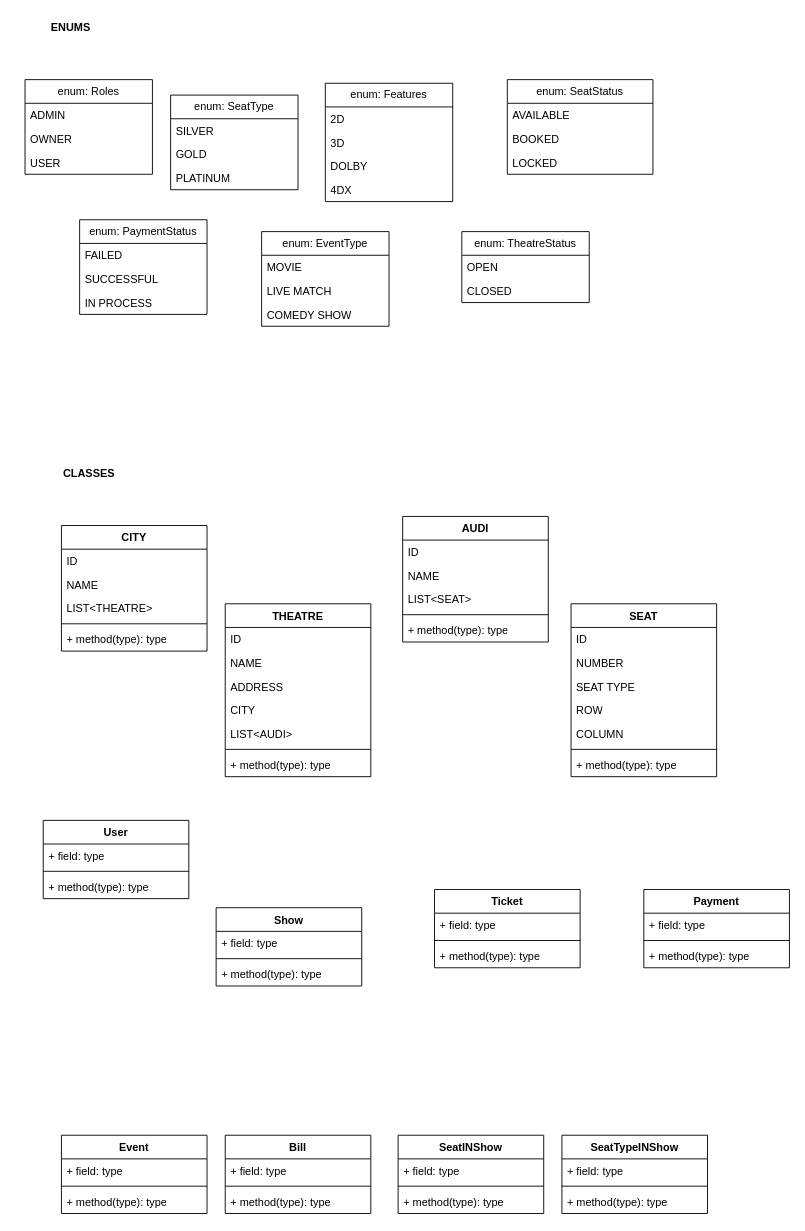
This is BookMySHow.drawio from surajnaik90/Architectures-Designs, a draw.io file, before an edit. Source tidied: cells renumbered, new cells numbered last; positions are measured from the earlier drawing's top-left corner, leaving out a move shared by most shapes. Both pictures are drawn from the tidied source at 91%, with x=0, y=0 at pixel (25, 15).
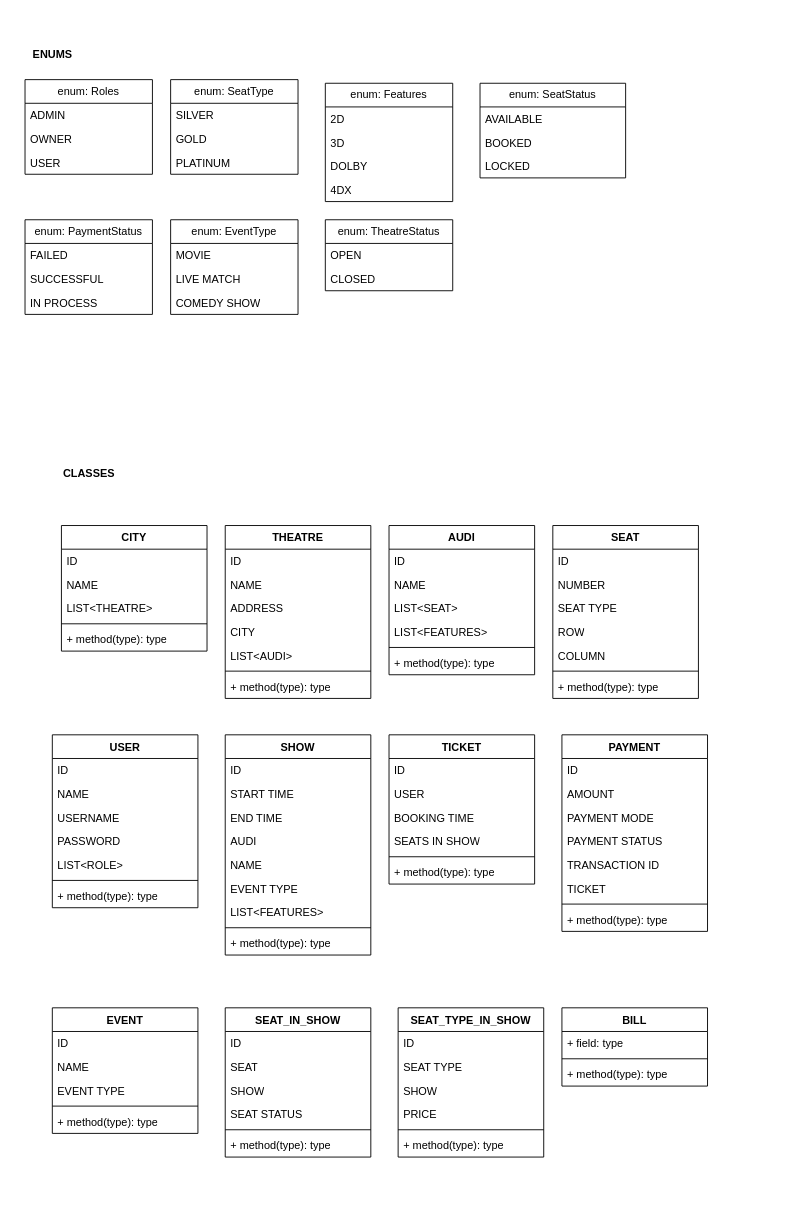
After the change.

What changed in the source:
```diff
@@
     <mxCell id="2" value="THEATRE" style="swimlane;fontStyle=1;align=center;verticalAlign=top;horizontal=1;startSize=26;whiteSpace=wrap;html=1;" parent="1" vertex="1">
-      <mxGeometry x="220" y="646" width="160" height="190" as="geometry" />
+      <mxGeometry x="220" y="560" width="160" height="190" as="geometry" />
     </mxCell>
@@
     <mxCell id="10" value="enum: SeatType" style="swimlane;fontStyle=0;horizontal=1;startSize=26;fillColor=none;whiteSpace=wrap;html=1;" parent="1" vertex="1">
-      <mxGeometry x="160" y="87" width="140" height="104" as="geometry" />
+      <mxGeometry x="160" y="70" width="140" height="104" as="geometry" />
     </mxCell>
@@
     <mxCell id="19" value="enum: SeatStatus" style="swimlane;fontStyle=0;horizontal=1;startSize=26;fillColor=none;whiteSpace=wrap;html=1;" parent="1" vertex="1">
-      <mxGeometry x="530" y="70" width="160" height="104" as="geometry" />
+      <mxGeometry x="500" y="74" width="160" height="104" as="geometry" />
     </mxCell>
@@
     <mxCell id="23" value="enum: PaymentStatus" style="swimlane;fontStyle=0;horizontal=1;startSize=26;fillColor=none;whiteSpace=wrap;html=1;" parent="1" vertex="1">
-      <mxGeometry x="60" y="224" width="140" height="104" as="geometry" />
+      <mxGeometry y="224" width="140" height="104" as="geometry" />
     </mxCell>
@@
     <mxCell id="27" value="enum: EventType" style="swimlane;fontStyle=0;horizontal=1;startSize=26;fillColor=none;whiteSpace=wrap;html=1;" parent="1" vertex="1">
-      <mxGeometry x="260" y="237" width="140" height="104" as="geometry" />
+      <mxGeometry x="160" y="224" width="140" height="104" as="geometry" />
     </mxCell>
@@
     <mxCell id="31" value="enum: TheatreStatus" style="swimlane;fontStyle=0;horizontal=1;startSize=26;fillColor=none;whiteSpace=wrap;html=1;" parent="1" vertex="1">
-      <mxGeometry x="480" y="237" width="140" height="78" as="geometry" />
+      <mxGeometry x="330" y="224" width="140" height="78" as="geometry" />
     </mxCell>
@@
     <mxCell id="40" value="AUDI" style="swimlane;fontStyle=1;align=center;verticalAlign=top;horizontal=1;startSize=26;whiteSpace=wrap;html=1;" parent="1" vertex="1">
-      <mxGeometry x="415" y="550" width="160" height="138" as="geometry" />
+      <mxGeometry x="400" y="560" width="160" height="164" as="geometry" />
     </mxCell>
@@
+    <mxCell id="92" value="LIST&amp;lt;FEATURES&amp;gt;" style="text;strokeColor=none;fillColor=none;align=left;verticalAlign=top;spacingLeft=4;spacingRight=4;overflow=hidden;whiteSpace=wrap;html=1;" parent="40" vertex="1">
+      <mxGeometry y="104" width="160" height="26" as="geometry" />
+    </mxCell>
     <mxCell id="44" style="line;strokeWidth=1;fillColor=none;align=left;verticalAlign=middle;spacingTop=-1;spacingLeft=3;spacingRight=3;labelPosition=right;strokeColor=inherit;" parent="40" vertex="1">
-      <mxGeometry y="104" width="160" height="8" as="geometry" />
+      <mxGeometry y="130" width="160" height="8" as="geometry" />
     </mxCell>
     <mxCell id="45" value="+ method(type): type" style="text;strokeColor=none;fillColor=none;align=left;verticalAlign=top;spacingLeft=4;spacingRight=4;overflow=hidden;whiteSpace=wrap;html=1;" parent="40" vertex="1">
-      <mxGeometry y="112" width="160" height="26" as="geometry" />
+      <mxGeometry y="138" width="160" height="26" as="geometry" />
     </mxCell>
     <mxCell id="46" value="SEAT" style="swimlane;fontStyle=1;align=center;verticalAlign=top;horizontal=1;startSize=26;whiteSpace=wrap;html=1;" parent="1" vertex="1">
-      <mxGeometry x="600" y="646" width="160" height="190" as="geometry" />
+      <mxGeometry x="580" y="560" width="160" height="190" as="geometry" />
     </mxCell>
@@
-    <mxCell id="54" value="Show" style="swimlane;fontStyle=1;align=center;verticalAlign=top;horizontal=1;startSize=26;whiteSpace=wrap;html=1;" parent="1" vertex="1">
-      <mxGeometry x="210" y="980" width="160" height="86" as="geometry" />
+    <mxCell id="54" value="SHOW" style="swimlane;fontStyle=1;align=center;verticalAlign=top;horizontal=1;startSize=26;whiteSpace=wrap;html=1;" parent="1" vertex="1">
+      <mxGeometry x="220" y="790" width="160" height="242" as="geometry" />
     </mxCell>
-    <mxCell id="55" value="+ field: type" style="text;strokeColor=none;fillColor=none;align=left;verticalAlign=top;spacingLeft=4;spacingRight=4;overflow=hidden;whiteSpace=wrap;html=1;" parent="54" vertex="1">
+    <mxCell id="55" value="ID" style="text;strokeColor=none;fillColor=none;align=left;verticalAlign=top;spacingLeft=4;spacingRight=4;overflow=hidden;whiteSpace=wrap;html=1;" parent="54" vertex="1">
       <mxGeometry y="26" width="160" height="26" as="geometry" />
     </mxCell>
+    <mxCell id="93" value="START TIME" style="text;strokeColor=none;fillColor=none;align=left;verticalAlign=top;spacingLeft=4;spacingRight=4;overflow=hidden;whiteSpace=wrap;html=1;" parent="54" vertex="1">
+      <mxGeometry y="52" width="160" height="26" as="geometry" />
+    </mxCell>
+    <mxCell id="94" value="END TIME" style="text;strokeColor=none;fillColor=none;align=left;verticalAlign=top;spacingLeft=4;spacingRight=4;overflow=hidden;whiteSpace=wrap;html=1;" parent="54" vertex="1">
+      <mxGeometry y="78" width="160" height="26" as="geometry" />
+    </mxCell>
+    <mxCell id="95" value="AUDI" style="text;strokeColor=none;fillColor=none;align=left;verticalAlign=top;spacingLeft=4;spacingRight=4;overflow=hidden;whiteSpace=wrap;html=1;" parent="54" vertex="1">
+      <mxGeometry y="104" width="160" height="26" as="geometry" />
+    </mxCell>
+    <mxCell id="96" value="NAME" style="text;strokeColor=none;fillColor=none;align=left;verticalAlign=top;spacingLeft=4;spacingRight=4;overflow=hidden;whiteSpace=wrap;html=1;" parent="54" vertex="1">
+      <mxGeometry y="130" width="160" height="26" as="geometry" />
+    </mxCell>
+    <mxCell id="97" value="EVENT TYPE" style="text;strokeColor=none;fillColor=none;align=left;verticalAlign=top;spacingLeft=4;spacingRight=4;overflow=hidden;whiteSpace=wrap;html=1;" parent="54" vertex="1">
+      <mxGeometry y="156" width="160" height="26" as="geometry" />
+    </mxCell>
+    <mxCell id="98" value="LIST&amp;lt;FEATURES&amp;gt;" style="text;strokeColor=none;fillColor=none;align=left;verticalAlign=top;spacingLeft=4;spacingRight=4;overflow=hidden;whiteSpace=wrap;html=1;" parent="54" vertex="1">
+      <mxGeometry y="182" width="160" height="26" as="geometry" />
+    </mxCell>
     <mxCell id="56" style="line;strokeWidth=1;fillColor=none;align=left;verticalAlign=middle;spacingTop=-1;spacingLeft=3;spacingRight=3;labelPosition=right;strokeColor=inherit;" parent="54" vertex="1">
-      <mxGeometry y="52" width="160" height="8" as="geometry" />
+      <mxGeometry y="208" width="160" height="8" as="geometry" />
     </mxCell>
     <mxCell id="57" value="+ method(type): type" style="text;strokeColor=none;fillColor=none;align=left;verticalAlign=top;spacingLeft=4;spacingRight=4;overflow=hidden;whiteSpace=wrap;html=1;" parent="54" vertex="1">
-      <mxGeometry y="60" width="160" height="26" as="geometry" />
+      <mxGeometry y="216" width="160" height="26" as="geometry" />
     </mxCell>
-    <mxCell id="58" value="Ticket" style="swimlane;fontStyle=1;align=center;verticalAlign=top;horizontal=1;startSize=26;whiteSpace=wrap;html=1;" parent="1" vertex="1">
-      <mxGeometry x="450" y="960" width="160" height="86" as="geometry" />
+    <mxCell id="58" value="TICKET" style="swimlane;fontStyle=1;align=center;verticalAlign=top;horizontal=1;startSize=26;whiteSpace=wrap;html=1;" parent="1" vertex="1">
+      <mxGeometry x="400" y="790" width="160" height="164" as="geometry" />
     </mxCell>
-    <mxCell id="59" value="+ field: type" style="text;strokeColor=none;fillColor=none;align=left;verticalAlign=top;spacingLeft=4;spacingRight=4;overflow=hidden;whiteSpace=wrap;html=1;" parent="58" vertex="1">
+    <mxCell id="59" value="ID" style="text;strokeColor=none;fillColor=none;align=left;verticalAlign=top;spacingLeft=4;spacingRight=4;overflow=hidden;whiteSpace=wrap;html=1;" parent="58" vertex="1">
       <mxGeometry y="26" width="160" height="26" as="geometry" />
     </mxCell>
+    <mxCell id="99" value="USER" style="text;strokeColor=none;fillColor=none;align=left;verticalAlign=top;spacingLeft=4;spacingRight=4;overflow=hidden;whiteSpace=wrap;html=1;" parent="58" vertex="1">
+      <mxGeometry y="52" width="160" height="26" as="geometry" />
+    </mxCell>
+    <mxCell id="100" value="BOOKING TIME" style="text;strokeColor=none;fillColor=none;align=left;verticalAlign=top;spacingLeft=4;spacingRight=4;overflow=hidden;whiteSpace=wrap;html=1;" parent="58" vertex="1">
+      <mxGeometry y="78" width="160" height="26" as="geometry" />
+    </mxCell>
+    <mxCell id="101" value="SEATS IN SHOW" style="text;strokeColor=none;fillColor=none;align=left;verticalAlign=top;spacingLeft=4;spacingRight=4;overflow=hidden;whiteSpace=wrap;html=1;" parent="58" vertex="1">
+      <mxGeometry y="104" width="160" height="26" as="geometry" />
+    </mxCell>
     <mxCell id="60" style="line;strokeWidth=1;fillColor=none;align=left;verticalAlign=middle;spacingTop=-1;spacingLeft=3;spacingRight=3;labelPosition=right;strokeColor=inherit;" parent="58" vertex="1">
-      <mxGeometry y="52" width="160" height="8" as="geometry" />
+      <mxGeometry y="130" width="160" height="8" as="geometry" />
     </mxCell>
     <mxCell id="61" value="+ method(type): type" style="text;strokeColor=none;fillColor=none;align=left;verticalAlign=top;spacingLeft=4;spacingRight=4;overflow=hidden;whiteSpace=wrap;html=1;" parent="58" vertex="1">
-      <mxGeometry y="60" width="160" height="26" as="geometry" />
+      <mxGeometry y="138" width="160" height="26" as="geometry" />
     </mxCell>
-    <mxCell id="62" value="User" style="swimlane;fontStyle=1;align=center;verticalAlign=top;horizontal=1;startSize=26;whiteSpace=wrap;html=1;" parent="1" vertex="1">
-      <mxGeometry x="20" y="884" width="160" height="86" as="geometry" />
+    <mxCell id="62" value="USER" style="swimlane;fontStyle=1;align=center;verticalAlign=top;horizontal=1;startSize=26;whiteSpace=wrap;html=1;" parent="1" vertex="1">
+      <mxGeometry x="30" y="790" width="160" height="190" as="geometry" />
     </mxCell>
-    <mxCell id="63" value="+ field: type" style="text;strokeColor=none;fillColor=none;align=left;verticalAlign=top;spacingLeft=4;spacingRight=4;overflow=hidden;whiteSpace=wrap;html=1;" parent="62" vertex="1">
+    <mxCell id="63" value="ID" style="text;strokeColor=none;fillColor=none;align=left;verticalAlign=top;spacingLeft=4;spacingRight=4;overflow=hidden;whiteSpace=wrap;html=1;" parent="62" vertex="1">
       <mxGeometry y="26" width="160" height="26" as="geometry" />
     </mxCell>
+    <mxCell id="102" value="NAME" style="text;strokeColor=none;fillColor=none;align=left;verticalAlign=top;spacingLeft=4;spacingRight=4;overflow=hidden;whiteSpace=wrap;html=1;" parent="62" vertex="1">
+      <mxGeometry y="52" width="160" height="26" as="geometry" />
+    </mxCell>
+    <mxCell id="103" value="USERNAME" style="text;strokeColor=none;fillColor=none;align=left;verticalAlign=top;spacingLeft=4;spacingRight=4;overflow=hidden;whiteSpace=wrap;html=1;" parent="62" vertex="1">
+      <mxGeometry y="78" width="160" height="26" as="geometry" />
+    </mxCell>
+    <mxCell id="104" value="PASSWORD" style="text;strokeColor=none;fillColor=none;align=left;verticalAlign=top;spacingLeft=4;spacingRight=4;overflow=hidden;whiteSpace=wrap;html=1;" parent="62" vertex="1">
+      <mxGeometry y="104" width="160" height="26" as="geometry" />
+    </mxCell>
+    <mxCell id="105" value="LIST&amp;lt;ROLE&amp;gt;" style="text;strokeColor=none;fillColor=none;align=left;verticalAlign=top;spacingLeft=4;spacingRight=4;overflow=hidden;whiteSpace=wrap;html=1;" parent="62" vertex="1">
+      <mxGeometry y="130" width="160" height="26" as="geometry" />
+    </mxCell>
     <mxCell id="64" style="line;strokeWidth=1;fillColor=none;align=left;verticalAlign=middle;spacingTop=-1;spacingLeft=3;spacingRight=3;labelPosition=right;strokeColor=inherit;" parent="62" vertex="1">
-      <mxGeometry y="52" width="160" height="8" as="geometry" />
+      <mxGeometry y="156" width="160" height="8" as="geometry" />
     </mxCell>
     <mxCell id="65" value="+ method(type): type" style="text;strokeColor=none;fillColor=none;align=left;verticalAlign=top;spacingLeft=4;spacingRight=4;overflow=hidden;whiteSpace=wrap;html=1;" parent="62" vertex="1">
-      <mxGeometry y="60" width="160" height="26" as="geometry" />
+      <mxGeometry y="164" width="160" height="26" as="geometry" />
     </mxCell>
-    <mxCell id="66" value="Payment" style="swimlane;fontStyle=1;align=center;verticalAlign=top;horizontal=1;startSize=26;whiteSpace=wrap;html=1;" parent="1" vertex="1">
-      <mxGeometry x="680" y="960" width="160" height="86" as="geometry" />
+    <mxCell id="66" value="PAYMENT" style="swimlane;fontStyle=1;align=center;verticalAlign=top;horizontal=1;startSize=26;whiteSpace=wrap;html=1;" parent="1" vertex="1">
+      <mxGeometry x="590" y="790" width="160" height="216" as="geometry" />
     </mxCell>
-    <mxCell id="67" value="+ field: type" style="text;strokeColor=none;fillColor=none;align=left;verticalAlign=top;spacingLeft=4;spacingRight=4;overflow=hidden;whiteSpace=wrap;html=1;" parent="66" vertex="1">
+    <mxCell id="67" value="ID" style="text;strokeColor=none;fillColor=none;align=left;verticalAlign=top;spacingLeft=4;spacingRight=4;overflow=hidden;whiteSpace=wrap;html=1;" parent="66" vertex="1">
       <mxGeometry y="26" width="160" height="26" as="geometry" />
     </mxCell>
+    <mxCell id="106" value="AMOUNT" style="text;strokeColor=none;fillColor=none;align=left;verticalAlign=top;spacingLeft=4;spacingRight=4;overflow=hidden;whiteSpace=wrap;html=1;" parent="66" vertex="1">
+      <mxGeometry y="52" width="160" height="26" as="geometry" />
+    </mxCell>
+    <mxCell id="107" value="PAYMENT MODE" style="text;strokeColor=none;fillColor=none;align=left;verticalAlign=top;spacingLeft=4;spacingRight=4;overflow=hidden;whiteSpace=wrap;html=1;" parent="66" vertex="1">
+      <mxGeometry y="78" width="160" height="26" as="geometry" />
+    </mxCell>
+    <mxCell id="108" value="PAYMENT STATUS" style="text;strokeColor=none;fillColor=none;align=left;verticalAlign=top;spacingLeft=4;spacingRight=4;overflow=hidden;whiteSpace=wrap;html=1;" parent="66" vertex="1">
+      <mxGeometry y="104" width="160" height="26" as="geometry" />
+    </mxCell>
+    <mxCell id="109" value="TRANSACTION ID" style="text;strokeColor=none;fillColor=none;align=left;verticalAlign=top;spacingLeft=4;spacingRight=4;overflow=hidden;whiteSpace=wrap;html=1;" parent="66" vertex="1">
+      <mxGeometry y="130" width="160" height="26" as="geometry" />
+    </mxCell>
+    <mxCell id="110" value="TICKET" style="text;strokeColor=none;fillColor=none;align=left;verticalAlign=top;spacingLeft=4;spacingRight=4;overflow=hidden;whiteSpace=wrap;html=1;" parent="66" vertex="1">
+      <mxGeometry y="156" width="160" height="26" as="geometry" />
+    </mxCell>
     <mxCell id="68" style="line;strokeWidth=1;fillColor=none;align=left;verticalAlign=middle;spacingTop=-1;spacingLeft=3;spacingRight=3;labelPosition=right;strokeColor=inherit;" parent="66" vertex="1">
-      <mxGeometry y="52" width="160" height="8" as="geometry" />
+      <mxGeometry y="182" width="160" height="8" as="geometry" />
     </mxCell>
     <mxCell id="69" value="+ method(type): type" style="text;strokeColor=none;fillColor=none;align=left;verticalAlign=top;spacingLeft=4;spacingRight=4;overflow=hidden;whiteSpace=wrap;html=1;" parent="66" vertex="1">
-      <mxGeometry y="60" width="160" height="26" as="geometry" />
+      <mxGeometry y="190" width="160" height="26" as="geometry" />
     </mxCell>
-    <mxCell id="70" value="Event" style="swimlane;fontStyle=1;align=center;verticalAlign=top;horizontal=1;startSize=26;whiteSpace=wrap;html=1;" parent="1" vertex="1">
-      <mxGeometry x="40" y="1230" width="160" height="86" as="geometry" />
+    <mxCell id="70" value="EVENT" style="swimlane;fontStyle=1;align=center;verticalAlign=top;horizontal=1;startSize=26;whiteSpace=wrap;html=1;" parent="1" vertex="1">
+      <mxGeometry x="30" y="1090" width="160" height="138" as="geometry" />
     </mxCell>
-    <mxCell id="71" value="+ field: type" style="text;strokeColor=none;fillColor=none;align=left;verticalAlign=top;spacingLeft=4;spacingRight=4;overflow=hidden;whiteSpace=wrap;html=1;" parent="70" vertex="1">
+    <mxCell id="71" value="ID" style="text;strokeColor=none;fillColor=none;align=left;verticalAlign=top;spacingLeft=4;spacingRight=4;overflow=hidden;whiteSpace=wrap;html=1;" parent="70" vertex="1">
       <mxGeometry y="26" width="160" height="26" as="geometry" />
     </mxCell>
+    <mxCell id="111" value="NAME&lt;br&gt;" style="text;strokeColor=none;fillColor=none;align=left;verticalAlign=top;spacingLeft=4;spacingRight=4;overflow=hidden;whiteSpace=wrap;html=1;" parent="70" vertex="1">
+      <mxGeometry y="52" width="160" height="26" as="geometry" />
+    </mxCell>
+    <mxCell id="112" value="EVENT TYPE" style="text;strokeColor=none;fillColor=none;align=left;verticalAlign=top;spacingLeft=4;spacingRight=4;overflow=hidden;whiteSpace=wrap;html=1;" parent="70" vertex="1">
+      <mxGeometry y="78" width="160" height="26" as="geometry" />
+    </mxCell>
     <mxCell id="72" style="line;strokeWidth=1;fillColor=none;align=left;verticalAlign=middle;spacingTop=-1;spacingLeft=3;spacingRight=3;labelPosition=right;strokeColor=inherit;" parent="70" vertex="1">
-      <mxGeometry y="52" width="160" height="8" as="geometry" />
+      <mxGeometry y="104" width="160" height="8" as="geometry" />
     </mxCell>
     <mxCell id="73" value="+ method(type): type" style="text;strokeColor=none;fillColor=none;align=left;verticalAlign=top;spacingLeft=4;spacingRight=4;overflow=hidden;whiteSpace=wrap;html=1;" parent="70" vertex="1">
-      <mxGeometry y="60" width="160" height="26" as="geometry" />
+      <mxGeometry y="112" width="160" height="26" as="geometry" />
     </mxCell>
-    <mxCell id="74" value="Bill" style="swimlane;fontStyle=1;align=center;verticalAlign=top;horizontal=1;startSize=26;whiteSpace=wrap;html=1;" parent="1" vertex="1">
-      <mxGeometry x="220" y="1230" width="160" height="86" as="geometry" />
+    <mxCell id="74" value="BILL" style="swimlane;fontStyle=1;align=center;verticalAlign=top;horizontal=1;startSize=26;whiteSpace=wrap;html=1;" parent="1" vertex="1">
+      <mxGeometry x="590" y="1090" width="160" height="86" as="geometry" />
     </mxCell>
@@
-    <mxCell id="78" value="SeatINShow" style="swimlane;fontStyle=1;align=center;verticalAlign=top;horizontal=1;startSize=26;whiteSpace=wrap;html=1;" parent="1" vertex="1">
-      <mxGeometry x="410" y="1230" width="160" height="86" as="geometry" />
+    <mxCell id="78" value="SEAT_IN_SHOW" style="swimlane;fontStyle=1;align=center;verticalAlign=top;horizontal=1;startSize=26;whiteSpace=wrap;html=1;" parent="1" vertex="1">
+      <mxGeometry x="220" y="1090" width="160" height="164" as="geometry" />
     </mxCell>
-    <mxCell id="79" value="+ field: type" style="text;strokeColor=none;fillColor=none;align=left;verticalAlign=top;spacingLeft=4;spacingRight=4;overflow=hidden;whiteSpace=wrap;html=1;" parent="78" vertex="1">
+    <mxCell id="79" value="ID" style="text;strokeColor=none;fillColor=none;align=left;verticalAlign=top;spacingLeft=4;spacingRight=4;overflow=hidden;whiteSpace=wrap;html=1;" parent="78" vertex="1">
       <mxGeometry y="26" width="160" height="26" as="geometry" />
     </mxCell>
+    <mxCell id="113" value="SEAT" style="text;strokeColor=none;fillColor=none;align=left;verticalAlign=top;spacingLeft=4;spacingRight=4;overflow=hidden;whiteSpace=wrap;html=1;" parent="78" vertex="1">
+      <mxGeometry y="52" width="160" height="26" as="geometry" />
+    </mxCell>
+    <mxCell id="114" value="SHOW" style="text;strokeColor=none;fillColor=none;align=left;verticalAlign=top;spacingLeft=4;spacingRight=4;overflow=hidden;whiteSpace=wrap;html=1;" parent="78" vertex="1">
+      <mxGeometry y="78" width="160" height="26" as="geometry" />
+    </mxCell>
+    <mxCell id="115" value="SEAT STATUS" style="text;strokeColor=none;fillColor=none;align=left;verticalAlign=top;spacingLeft=4;spacingRight=4;overflow=hidden;whiteSpace=wrap;html=1;" parent="78" vertex="1">
+      <mxGeometry y="104" width="160" height="26" as="geometry" />
+    </mxCell>
     <mxCell id="80" style="line;strokeWidth=1;fillColor=none;align=left;verticalAlign=middle;spacingTop=-1;spacingLeft=3;spacingRight=3;labelPosition=right;strokeColor=inherit;" parent="78" vertex="1">
-      <mxGeometry y="52" width="160" height="8" as="geometry" />
+      <mxGeometry y="130" width="160" height="8" as="geometry" />
     </mxCell>
     <mxCell id="81" value="+ method(type): type" style="text;strokeColor=none;fillColor=none;align=left;verticalAlign=top;spacingLeft=4;spacingRight=4;overflow=hidden;whiteSpace=wrap;html=1;" parent="78" vertex="1">
-      <mxGeometry y="60" width="160" height="26" as="geometry" />
+      <mxGeometry y="138" width="160" height="26" as="geometry" />
     </mxCell>
-    <mxCell id="82" value="SeatTypeINShow" style="swimlane;fontStyle=1;align=center;verticalAlign=top;horizontal=1;startSize=26;whiteSpace=wrap;html=1;" parent="1" vertex="1">
-      <mxGeometry x="590" y="1230" width="160" height="86" as="geometry" />
+    <mxCell id="82" value="SEAT_TYPE_IN_SHOW" style="swimlane;fontStyle=1;align=center;verticalAlign=top;horizontal=1;startSize=26;whiteSpace=wrap;html=1;" parent="1" vertex="1">
+      <mxGeometry x="410" y="1090" width="160" height="164" as="geometry" />
     </mxCell>
-    <mxCell id="83" value="+ field: type" style="text;strokeColor=none;fillColor=none;align=left;verticalAlign=top;spacingLeft=4;spacingRight=4;overflow=hidden;whiteSpace=wrap;html=1;" parent="82" vertex="1">
+    <mxCell id="83" value="ID" style="text;strokeColor=none;fillColor=none;align=left;verticalAlign=top;spacingLeft=4;spacingRight=4;overflow=hidden;whiteSpace=wrap;html=1;" parent="82" vertex="1">
       <mxGeometry y="26" width="160" height="26" as="geometry" />
     </mxCell>
+    <mxCell id="116" value="SEAT TYPE" style="text;strokeColor=none;fillColor=none;align=left;verticalAlign=top;spacingLeft=4;spacingRight=4;overflow=hidden;whiteSpace=wrap;html=1;" parent="82" vertex="1">
+      <mxGeometry y="52" width="160" height="26" as="geometry" />
+    </mxCell>
+    <mxCell id="117" value="SHOW" style="text;strokeColor=none;fillColor=none;align=left;verticalAlign=top;spacingLeft=4;spacingRight=4;overflow=hidden;whiteSpace=wrap;html=1;" parent="82" vertex="1">
+      <mxGeometry y="78" width="160" height="26" as="geometry" />
+    </mxCell>
+    <mxCell id="118" value="PRICE" style="text;strokeColor=none;fillColor=none;align=left;verticalAlign=top;spacingLeft=4;spacingRight=4;overflow=hidden;whiteSpace=wrap;html=1;" parent="82" vertex="1">
+      <mxGeometry y="104" width="160" height="26" as="geometry" />
+    </mxCell>
     <mxCell id="84" style="line;strokeWidth=1;fillColor=none;align=left;verticalAlign=middle;spacingTop=-1;spacingLeft=3;spacingRight=3;labelPosition=right;strokeColor=inherit;" parent="82" vertex="1">
-      <mxGeometry y="52" width="160" height="8" as="geometry" />
+      <mxGeometry y="130" width="160" height="8" as="geometry" />
     </mxCell>
     <mxCell id="85" value="+ method(type): type" style="text;strokeColor=none;fillColor=none;align=left;verticalAlign=top;spacingLeft=4;spacingRight=4;overflow=hidden;whiteSpace=wrap;html=1;" parent="82" vertex="1">
-      <mxGeometry y="60" width="160" height="26" as="geometry" />
+      <mxGeometry y="138" width="160" height="26" as="geometry" />
     </mxCell>
     <mxCell id="86" value="ENUMS" style="text;align=center;fontStyle=1;verticalAlign=middle;spacingLeft=3;spacingRight=3;strokeColor=none;html=1;" parent="1" vertex="1">
-      <mxGeometry x="10" width="80" height="26" as="geometry" />
+      <mxGeometry x="-10" y="30" width="80" height="26" as="geometry" />
     </mxCell>
```
